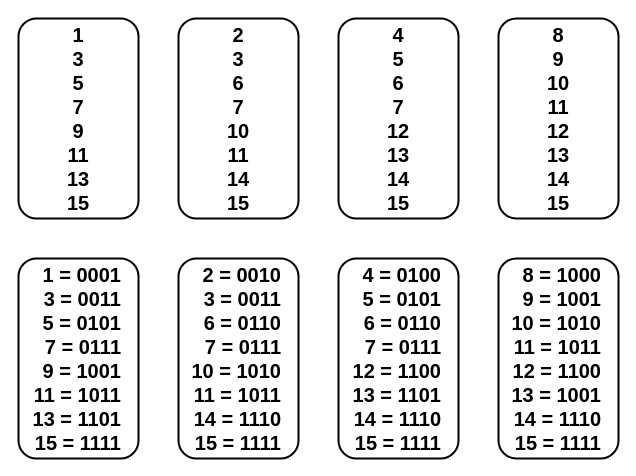
Earlier version of the draw.io diagram doc/rep/bin/binaire.drawio (rasql/edunum). Source tidied: cells renumbered, new cells numbered last; positions are measured from the earlier drawing's top-left corner, leaving out a move shared by most shapes. Both pictures are drawn from the tidied source at 100%, with x=0, y=0 at pixel (18, 18).
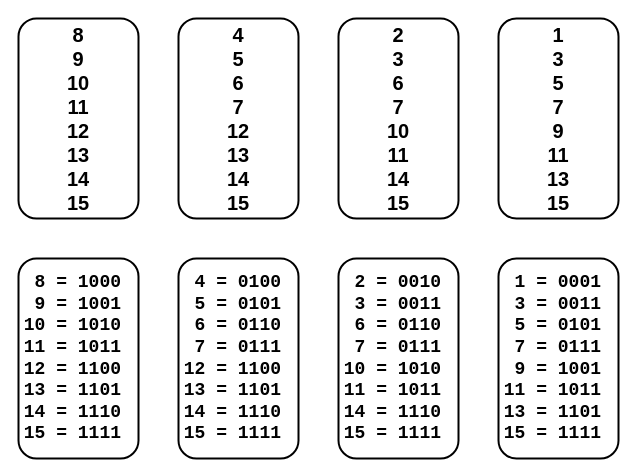
Above is the later version.

The edit, as a diff of the source:
```diff
@@
 <mxGraphModel>
   <root>
     <mxCell id="0" />
     <mxCell id="1" parent="0" />
     <mxCell id="2" value="&lt;font style=&quot;font-size: 20px&quot;&gt;&lt;b&gt;1&lt;br&gt;3&lt;br&gt;5&lt;br&gt;7&lt;br&gt;9&lt;br&gt;11&lt;br&gt;13&lt;br&gt;15&lt;/b&gt;&lt;/font&gt;" style="rounded=1;whiteSpace=wrap;html=1;align=center;strokeWidth=2;" parent="1" vertex="1">
-      <mxGeometry width="120" height="200" as="geometry" />
+      <mxGeometry x="480" width="120" height="200" as="geometry" />
     </mxCell>
     <mxCell id="3" value="&lt;font style=&quot;font-size: 20px&quot;&gt;&lt;b&gt;2&lt;br&gt;3&lt;br&gt;6&lt;br&gt;7&lt;br&gt;10&lt;br&gt;11&lt;br&gt;14&lt;br&gt;15&lt;/b&gt;&lt;/font&gt;" style="rounded=1;whiteSpace=wrap;html=1;align=center;strokeWidth=2;" parent="1" vertex="1">
-      <mxGeometry x="160" width="120" height="200" as="geometry" />
+      <mxGeometry x="320" width="120" height="200" as="geometry" />
     </mxCell>
     <mxCell id="4" value="&lt;font style=&quot;font-size: 20px&quot;&gt;&lt;b&gt;4&lt;br&gt;5&lt;br&gt;6&lt;br&gt;7&lt;br&gt;12&lt;br&gt;13&lt;br&gt;14&lt;br&gt;15&lt;/b&gt;&lt;/font&gt;" style="rounded=1;whiteSpace=wrap;html=1;align=center;strokeWidth=2;" parent="1" vertex="1">
-      <mxGeometry x="320" width="120" height="200" as="geometry" />
+      <mxGeometry x="160" width="120" height="200" as="geometry" />
     </mxCell>
     <mxCell id="5" value="&lt;font style=&quot;font-size: 20px&quot;&gt;&lt;b&gt;8&lt;br&gt;9&lt;br&gt;10&lt;br&gt;11&lt;br&gt;12&lt;br&gt;13&lt;br&gt;14&lt;br&gt;15&lt;/b&gt;&lt;/font&gt;" style="rounded=1;whiteSpace=wrap;html=1;align=center;strokeWidth=2;" parent="1" vertex="1">
-      <mxGeometry x="480" width="120" height="200" as="geometry" />
+      <mxGeometry width="120" height="200" as="geometry" />
     </mxCell>
-    <mxCell id="6" value="&lt;font style=&quot;font-size: 20px&quot;&gt;&lt;b&gt;1 = 0001&lt;br&gt;3 = 0011&lt;br&gt;5 = 0101&lt;br&gt;7 = 0111&lt;br&gt;9 = 1001&lt;br&gt;11 = 1011&lt;br&gt;13 = 1101&lt;br&gt;15 = 1111&lt;/b&gt;&lt;/font&gt;" style="rounded=1;whiteSpace=wrap;html=1;align=right;strokeWidth=2;spacingRight=15;" parent="1" vertex="1">
-      <mxGeometry y="240" width="120" height="200" as="geometry" />
+    <mxCell id="6" value="&lt;font style=&quot;font-size: 18px;&quot;&gt;&lt;b style=&quot;font-size: 18px;&quot;&gt;1 = 0001&lt;br style=&quot;font-size: 18px;&quot;&gt;3 = 0011&lt;br style=&quot;font-size: 18px;&quot;&gt;5 = 0101&lt;br style=&quot;font-size: 18px;&quot;&gt;7 = 0111&lt;br style=&quot;font-size: 18px;&quot;&gt;9 = 1001&lt;br style=&quot;font-size: 18px;&quot;&gt;11 = 1011&lt;br style=&quot;font-size: 18px;&quot;&gt;13 = 1101&lt;br style=&quot;font-size: 18px;&quot;&gt;15 = 1111&lt;/b&gt;&lt;/font&gt;" style="rounded=1;whiteSpace=wrap;html=1;align=right;strokeWidth=2;spacingRight=15;fontFamily=Courier New;fontSize=18;" parent="1" vertex="1">
+      <mxGeometry x="480" y="240" width="120" height="200" as="geometry" />
     </mxCell>
-    <mxCell id="7" value="&lt;font style=&quot;font-size: 20px&quot;&gt;&lt;b&gt;2 = 0010&lt;br&gt;3&lt;/b&gt;&lt;b&gt;&amp;nbsp;= 0011&lt;/b&gt;&lt;b&gt;&lt;br&gt;6&lt;/b&gt;&lt;b&gt;&amp;nbsp;= 0110&lt;/b&gt;&lt;b&gt;&lt;br&gt;7&lt;/b&gt;&lt;b&gt;&amp;nbsp;= 0111&lt;/b&gt;&lt;b&gt;&lt;br&gt;10&lt;/b&gt;&lt;b&gt;&amp;nbsp;= 1010&lt;/b&gt;&lt;b&gt;&lt;br&gt;11&lt;/b&gt;&lt;b&gt;&amp;nbsp;= 1011&lt;/b&gt;&lt;b&gt;&lt;br&gt;14&lt;/b&gt;&lt;b&gt;&amp;nbsp;= 1110&lt;/b&gt;&lt;b&gt;&lt;br&gt;15&lt;/b&gt;&lt;/font&gt;&lt;b style=&quot;font-size: 20px&quot;&gt;&amp;nbsp;= 1111&lt;/b&gt;" style="rounded=1;whiteSpace=wrap;html=1;align=right;strokeWidth=2;spacingRight=15;" parent="1" vertex="1">
-      <mxGeometry x="160" y="240" width="120" height="200" as="geometry" />
+    <mxCell id="7" value="&lt;font style=&quot;font-size: 18px;&quot;&gt;&lt;b style=&quot;font-size: 18px;&quot;&gt;2 = 0010&lt;br style=&quot;font-size: 18px;&quot;&gt;3&lt;/b&gt;&lt;b style=&quot;font-size: 18px;&quot;&gt;&amp;nbsp;= 0011&lt;/b&gt;&lt;b style=&quot;font-size: 18px;&quot;&gt;&lt;br style=&quot;font-size: 18px;&quot;&gt;6&lt;/b&gt;&lt;b style=&quot;font-size: 18px;&quot;&gt;&amp;nbsp;= 0110&lt;/b&gt;&lt;b style=&quot;font-size: 18px;&quot;&gt;&lt;br style=&quot;font-size: 18px;&quot;&gt;7&lt;/b&gt;&lt;b style=&quot;font-size: 18px;&quot;&gt;&amp;nbsp;= 0111&lt;/b&gt;&lt;b style=&quot;font-size: 18px;&quot;&gt;&lt;br style=&quot;font-size: 18px;&quot;&gt;10&lt;/b&gt;&lt;b style=&quot;font-size: 18px;&quot;&gt;&amp;nbsp;= 1010&lt;/b&gt;&lt;b style=&quot;font-size: 18px;&quot;&gt;&lt;br style=&quot;font-size: 18px;&quot;&gt;11&lt;/b&gt;&lt;b style=&quot;font-size: 18px;&quot;&gt;&amp;nbsp;= 1011&lt;/b&gt;&lt;b style=&quot;font-size: 18px;&quot;&gt;&lt;br style=&quot;font-size: 18px;&quot;&gt;14&lt;/b&gt;&lt;b style=&quot;font-size: 18px;&quot;&gt;&amp;nbsp;= 1110&lt;/b&gt;&lt;b style=&quot;font-size: 18px;&quot;&gt;&lt;br style=&quot;font-size: 18px;&quot;&gt;15&lt;/b&gt;&lt;/font&gt;&lt;b style=&quot;font-size: 18px;&quot;&gt;&amp;nbsp;= 1111&lt;/b&gt;" style="rounded=1;whiteSpace=wrap;html=1;align=right;strokeWidth=2;spacingRight=15;fontFamily=Courier New;fontSize=18;" parent="1" vertex="1">
+      <mxGeometry x="320" y="240" width="120" height="200" as="geometry" />
     </mxCell>
-    <mxCell id="8" value="&lt;font style=&quot;font-size: 20px&quot;&gt;&lt;b&gt;4&lt;/b&gt;&lt;b&gt;&amp;nbsp;= 0100&lt;/b&gt;&lt;b&gt;&lt;br&gt;&lt;/b&gt;&lt;b&gt;5&lt;/b&gt;&lt;b&gt;&amp;nbsp;= 0101&lt;/b&gt;&lt;b&gt;&lt;br&gt;6&lt;/b&gt;&lt;b&gt;&amp;nbsp;= 0110&lt;/b&gt;&lt;b&gt;&lt;br&gt;7&lt;/b&gt;&lt;b&gt;&amp;nbsp;= 0111&lt;/b&gt;&lt;b&gt;&lt;br&gt;12&lt;/b&gt;&lt;b&gt;&amp;nbsp;= 1100&lt;/b&gt;&lt;b&gt;&lt;br&gt;13&lt;/b&gt;&lt;b&gt;&amp;nbsp;= 1101&lt;/b&gt;&lt;b&gt;&lt;br&gt;14&lt;/b&gt;&lt;b&gt;&amp;nbsp;= 1110&lt;/b&gt;&lt;b&gt;&lt;br&gt;15&lt;/b&gt;&lt;/font&gt;&lt;b style=&quot;font-size: 20px&quot;&gt;&amp;nbsp;= 1111&lt;/b&gt;" style="rounded=1;whiteSpace=wrap;html=1;align=right;strokeWidth=2;spacingRight=15;" parent="1" vertex="1">
-      <mxGeometry x="320" y="240" width="120" height="200" as="geometry" />
+    <mxCell id="8" value="&lt;font style=&quot;font-size: 18px;&quot;&gt;&lt;b style=&quot;font-size: 18px;&quot;&gt;4&lt;/b&gt;&lt;b style=&quot;font-size: 18px;&quot;&gt;&amp;nbsp;= 0100&lt;/b&gt;&lt;b style=&quot;font-size: 18px;&quot;&gt;&lt;br style=&quot;font-size: 18px;&quot;&gt;&lt;/b&gt;&lt;b style=&quot;font-size: 18px;&quot;&gt;5&lt;/b&gt;&lt;b style=&quot;font-size: 18px;&quot;&gt;&amp;nbsp;= 0101&lt;/b&gt;&lt;b style=&quot;font-size: 18px;&quot;&gt;&lt;br style=&quot;font-size: 18px;&quot;&gt;6&lt;/b&gt;&lt;b style=&quot;font-size: 18px;&quot;&gt;&amp;nbsp;= 0110&lt;/b&gt;&lt;b style=&quot;font-size: 18px;&quot;&gt;&lt;br style=&quot;font-size: 18px;&quot;&gt;7&lt;/b&gt;&lt;b style=&quot;font-size: 18px;&quot;&gt;&amp;nbsp;= 0111&lt;/b&gt;&lt;b style=&quot;font-size: 18px;&quot;&gt;&lt;br style=&quot;font-size: 18px;&quot;&gt;12&lt;/b&gt;&lt;b style=&quot;font-size: 18px;&quot;&gt;&amp;nbsp;= 1100&lt;/b&gt;&lt;b style=&quot;font-size: 18px;&quot;&gt;&lt;br style=&quot;font-size: 18px;&quot;&gt;13&lt;/b&gt;&lt;b style=&quot;font-size: 18px;&quot;&gt;&amp;nbsp;= 1101&lt;/b&gt;&lt;b style=&quot;font-size: 18px;&quot;&gt;&lt;br style=&quot;font-size: 18px;&quot;&gt;14&lt;/b&gt;&lt;b style=&quot;font-size: 18px;&quot;&gt;&amp;nbsp;= 1110&lt;/b&gt;&lt;b style=&quot;font-size: 18px;&quot;&gt;&lt;br style=&quot;font-size: 18px;&quot;&gt;15&lt;/b&gt;&lt;/font&gt;&lt;b style=&quot;font-size: 18px;&quot;&gt;&amp;nbsp;= 1111&lt;/b&gt;" style="rounded=1;whiteSpace=wrap;html=1;align=right;strokeWidth=2;spacingRight=15;fontFamily=Courier New;fontSize=18;" parent="1" vertex="1">
+      <mxGeometry x="160" y="240" width="120" height="200" as="geometry" />
     </mxCell>
-    <mxCell id="9" value="&lt;font style=&quot;font-size: 20px&quot;&gt;&lt;b&gt;8&lt;/b&gt;&lt;b&gt;&amp;nbsp;= 1000&lt;/b&gt;&lt;b&gt;&lt;br&gt;9&lt;/b&gt;&lt;b&gt;&amp;nbsp;= 1001&lt;/b&gt;&lt;b&gt;&lt;br&gt;10&lt;/b&gt;&lt;b&gt;&amp;nbsp;= 1010&lt;/b&gt;&lt;b&gt;&lt;br&gt;11&lt;/b&gt;&lt;b&gt;&amp;nbsp;= 1011&lt;/b&gt;&lt;b&gt;&lt;br&gt;12&lt;/b&gt;&lt;b&gt;&amp;nbsp;= 1100&lt;/b&gt;&lt;b&gt;&lt;br&gt;13&lt;/b&gt;&lt;b&gt;&amp;nbsp;= 1001&lt;/b&gt;&lt;b&gt;&lt;br&gt;14&lt;/b&gt;&lt;b&gt;&amp;nbsp;= 1110&lt;/b&gt;&lt;b&gt;&lt;br&gt;15&lt;/b&gt;&lt;/font&gt;&lt;b style=&quot;font-size: 20px&quot;&gt;&amp;nbsp;= 1111&lt;/b&gt;" style="rounded=1;whiteSpace=wrap;html=1;align=right;strokeWidth=2;spacingRight=15;" parent="1" vertex="1">
-      <mxGeometry x="480" y="240" width="120" height="200" as="geometry" />
+    <mxCell id="9" value="&lt;font style=&quot;font-size: 18px&quot;&gt;&lt;b style=&quot;font-size: 18px&quot;&gt;8&lt;/b&gt;&lt;b style=&quot;font-size: 18px&quot;&gt;&amp;nbsp;= 1000&lt;/b&gt;&lt;b style=&quot;font-size: 18px&quot;&gt;&lt;br style=&quot;font-size: 18px&quot;&gt;9&lt;/b&gt;&lt;b style=&quot;font-size: 18px&quot;&gt;&amp;nbsp;= 1001&lt;/b&gt;&lt;b style=&quot;font-size: 18px&quot;&gt;&lt;br style=&quot;font-size: 18px&quot;&gt;10&lt;/b&gt;&lt;b style=&quot;font-size: 18px&quot;&gt;&amp;nbsp;= 1010&lt;/b&gt;&lt;b style=&quot;font-size: 18px&quot;&gt;&lt;br style=&quot;font-size: 18px&quot;&gt;11&lt;/b&gt;&lt;b style=&quot;font-size: 18px&quot;&gt;&amp;nbsp;= 1011&lt;/b&gt;&lt;b style=&quot;font-size: 18px&quot;&gt;&lt;br style=&quot;font-size: 18px&quot;&gt;12&lt;/b&gt;&lt;b style=&quot;font-size: 18px&quot;&gt;&amp;nbsp;= 1100&lt;/b&gt;&lt;b style=&quot;font-size: 18px&quot;&gt;&lt;br style=&quot;font-size: 18px&quot;&gt;13&lt;/b&gt;&lt;b style=&quot;font-size: 18px&quot;&gt;&amp;nbsp;= 1101&lt;/b&gt;&lt;b style=&quot;font-size: 18px&quot;&gt;&lt;br style=&quot;font-size: 18px&quot;&gt;14&lt;/b&gt;&lt;b style=&quot;font-size: 18px&quot;&gt;&amp;nbsp;= 1110&lt;/b&gt;&lt;b style=&quot;font-size: 18px&quot;&gt;&lt;br style=&quot;font-size: 18px&quot;&gt;15&lt;/b&gt;&lt;/font&gt;&lt;b style=&quot;font-size: 18px&quot;&gt;&amp;nbsp;= 1111&lt;/b&gt;" style="rounded=1;whiteSpace=wrap;html=1;align=right;strokeWidth=2;spacingRight=15;fontFamily=Courier New;fontSize=18;" parent="1" vertex="1">
+      <mxGeometry y="240" width="120" height="200" as="geometry" />
     </mxCell>
   </root>
 </mxGraphModel>
```
